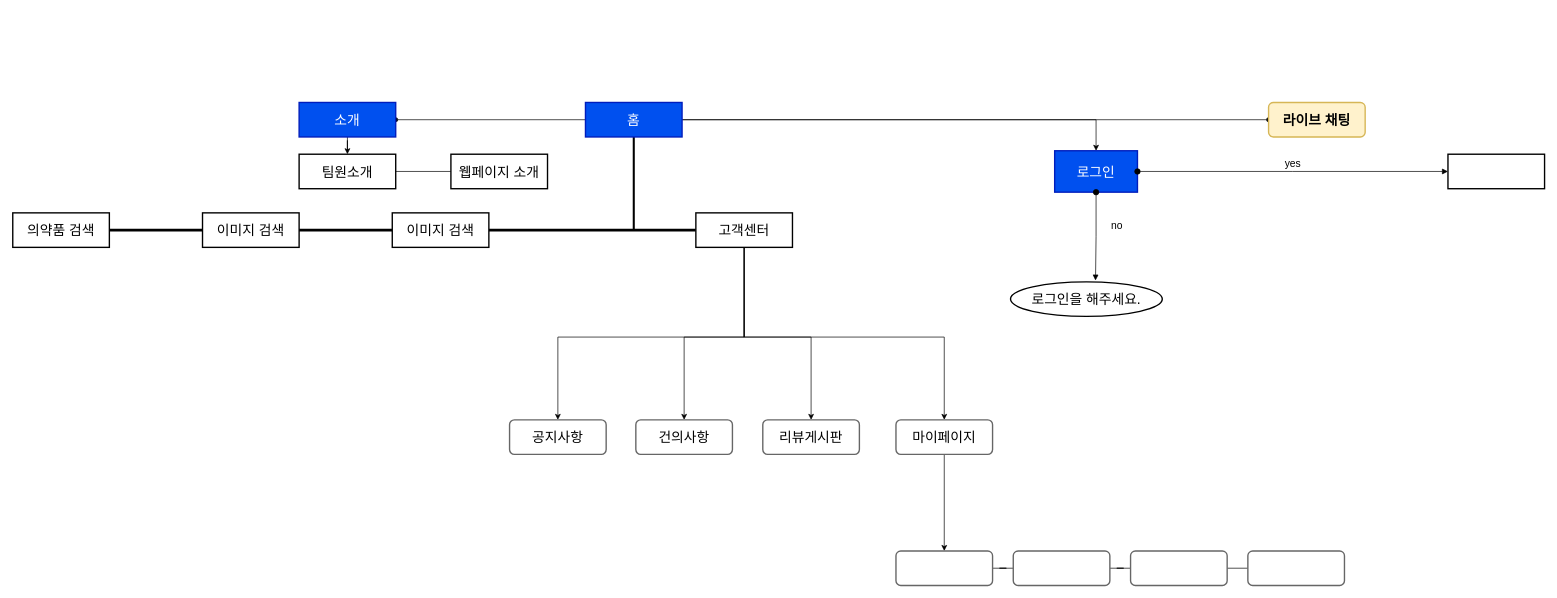
Earlier version of the draw.io diagram page "페이지-3" (3 of 5) of 제목 없는 다이어그램.drawio (haesongism/haes_coder). Source tidied: cells renumbered, new cells numbered last; positions are measured from the earlier drawing's top-left corner, leaving out a move shared by most shapes. Both pictures are drawn from the tidied source at 69%, with x=0, y=0 at pixel (12, 102).
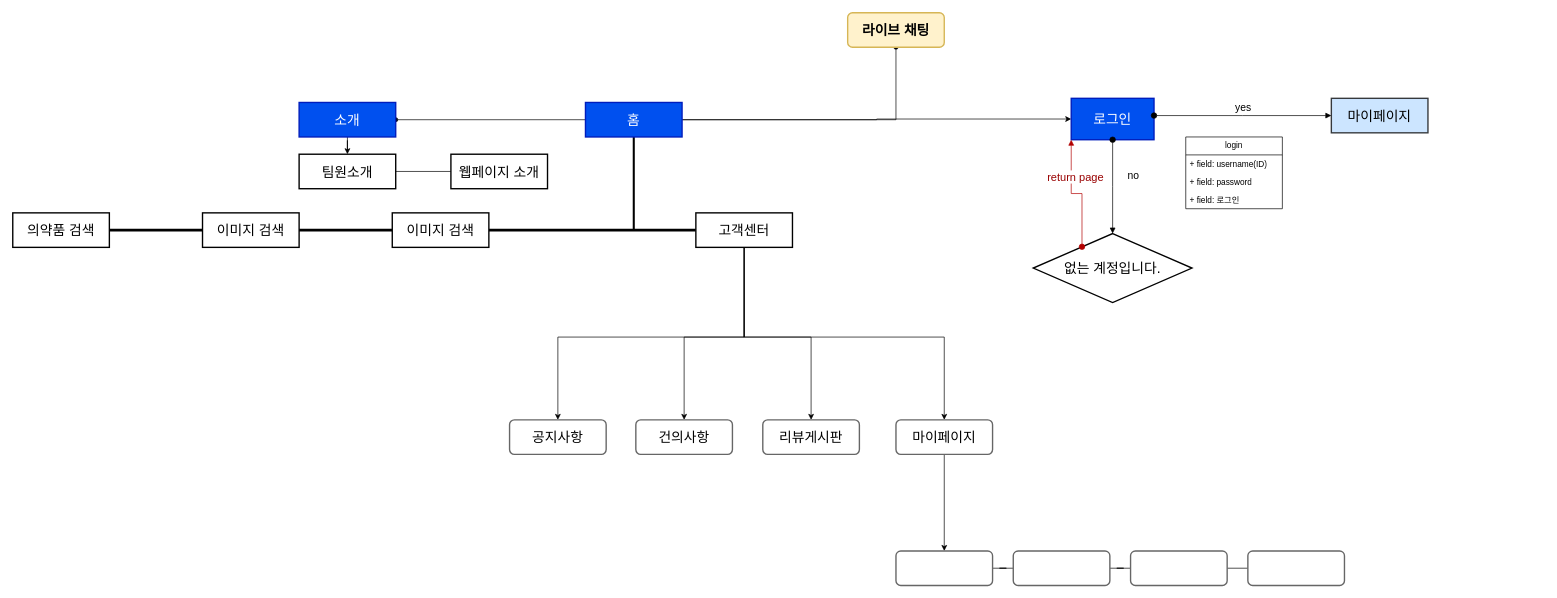
Above is the later version.

Diff of the diagram source:
```diff
@@
     <mxCell id="21" value="&lt;b&gt;라이브 채팅&lt;/b&gt;" style="rounded=1;whiteSpace=wrap;html=1;fontSize=20;arcSize=14;strokeWidth=2;fillColor=#fff2cc;strokeColor=#d6b656;" parent="1" vertex="1">
-      <mxGeometry x="1820" width="140" height="50" as="geometry" />
+      <mxGeometry x="1210" y="-130" width="140" height="50" as="geometry" />
     </mxCell>
@@
     <mxCell id="29" value="로그인" style="whiteSpace=wrap;html=1;fontSize=20;fillColor=#0050ef;strokeColor=#001DBC;fontColor=#ffffff;rounded=0;arcSize=14;strokeWidth=2;" parent="1" vertex="1">
-      <mxGeometry x="1510" y="70" width="120" height="60" as="geometry" />
+      <mxGeometry x="1534" y="-6" width="120" height="60" as="geometry" />
     </mxCell>
-    <mxCell id="30" style="whiteSpace=wrap;html=1;fontSize=20;rounded=0;arcSize=14;strokeWidth=2;" parent="1" vertex="1">
-      <mxGeometry x="2080" y="75" width="140" height="50" as="geometry" />
+    <mxCell id="30" value="마이페이지" style="whiteSpace=wrap;html=1;fontSize=20;rounded=0;arcSize=14;strokeWidth=2;fillColor=#cce5ff;strokeColor=#36393d;" parent="1" vertex="1">
+      <mxGeometry x="1911" y="-6" width="140" height="50" as="geometry" />
     </mxCell>
-    <mxCell id="31" value="로그인을 해주세요." style="ellipse;whiteSpace=wrap;html=1;fontSize=20;rounded=0;arcSize=14;strokeWidth=2;" parent="1" vertex="1">
-      <mxGeometry x="1446" y="260" width="220" height="50" as="geometry" />
-    </mxCell>
@@
-    <mxCell id="33" value="&lt;span style=&quot;font-size: 15px;&quot;&gt;no&lt;br&gt;&lt;/span&gt;" style="html=1;verticalAlign=bottom;startArrow=oval;startFill=1;endArrow=block;startSize=8;edgeStyle=elbowEdgeStyle;elbow=vertical;curved=0;rounded=0;entryX=0.56;entryY=-0.039;entryDx=0;entryDy=0;entryPerimeter=0;" parent="1" edge="1" source="29" target="31">
+    <mxCell id="33" value="&lt;span style=&quot;font-size: 15px;&quot;&gt;no&lt;br&gt;&lt;/span&gt;" style="html=1;verticalAlign=bottom;startArrow=oval;startFill=1;endArrow=block;startSize=8;edgeStyle=elbowEdgeStyle;elbow=vertical;curved=0;rounded=0;entryX=0.5;entryY=0;entryDx=0;entryDy=0;entryPerimeter=0;" parent="1" edge="1" source="29" target="41">
       <mxGeometry x="-0.05" y="30" relative="1" as="geometry">
         <mxPoint y="-1" as="offset" />
       </mxGeometry>
     </mxCell>
@@
+    <mxCell id="41" value="&lt;font style=&quot;font-size: 20px;&quot;&gt;없는 계정입니다.&lt;/font&gt;" style="strokeWidth=2;html=1;shape=mxgraph.flowchart.decision;whiteSpace=wrap;" parent="1" vertex="1">
+      <mxGeometry x="1479" y="190" width="230" height="100" as="geometry" />
+    </mxCell>
+    <mxCell id="42" value="&lt;font color=&quot;#990000&quot; style=&quot;font-size: 16px;&quot;&gt;return page&lt;/font&gt;" style="html=1;verticalAlign=bottom;startArrow=oval;startFill=1;endArrow=block;startSize=8;edgeStyle=elbowEdgeStyle;elbow=vertical;curved=0;rounded=0;entryX=0;entryY=1;entryDx=0;entryDy=0;exitX=0.307;exitY=0.191;exitDx=0;exitDy=0;exitPerimeter=0;fillColor=#e51400;strokeColor=#B20000;" parent="1" edge="1" source="41" target="29">
+      <mxGeometry x="0.23" y="-6" relative="1" as="geometry" />
+    </mxCell>
+    <mxCell id="43" value="login" style="swimlane;fontStyle=0;horizontal=1;startSize=26;fillColor=none;whiteSpace=wrap;html=1;" parent="1" vertex="1">
+      <mxGeometry x="1700" y="50" width="140" height="104" as="geometry" />
+    </mxCell>
+    <mxCell id="44" value="+ field: username(ID)" style="text;strokeColor=none;fillColor=none;align=left;verticalAlign=top;spacingLeft=4;spacingRight=4;overflow=hidden;whiteSpace=wrap;html=1;" parent="43" vertex="1">
+      <mxGeometry y="26" width="140" height="26" as="geometry" />
+    </mxCell>
+    <mxCell id="45" value="+ field: password" style="text;strokeColor=none;fillColor=none;align=left;verticalAlign=top;spacingLeft=4;spacingRight=4;overflow=hidden;whiteSpace=wrap;html=1;" parent="43" vertex="1">
+      <mxGeometry y="52" width="140" height="26" as="geometry" />
+    </mxCell>
+    <mxCell id="46" value="+ field: 로그인" style="text;strokeColor=none;fillColor=none;align=left;verticalAlign=top;spacingLeft=4;spacingRight=4;overflow=hidden;whiteSpace=wrap;html=1;" parent="43" vertex="1">
+      <mxGeometry y="78" width="140" height="26" as="geometry" />
+    </mxCell>
```
